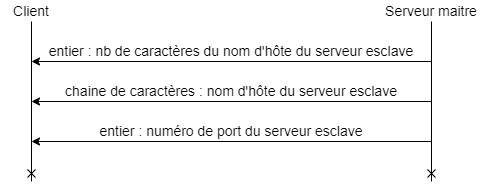
Before: protocolEtape3.drawio.png, a diagram exported from draw.io (Yalkann/ProjetFTP). Source tidied: cells renumbered, new cells last; positions are measured from the earlier drawing's top-left corner, leaving out a move shared by most shapes.
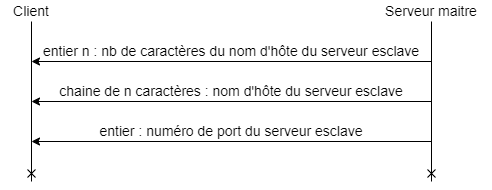
The same diagram one commit later.

What changed in the source:
```diff
@@ -26,7 +26,7 @@
         <mxPoint x="430" y="60" as="targetPoint" />
       </mxGeometry>
     </mxCell>
-    <mxCell id="7" value="entier : nb de caractères du nom d'hôte du serveur esclave" style="text;html=1;strokeColor=none;fillColor=none;align=center;verticalAlign=middle;whiteSpace=wrap;rounded=0;fontSize=14;" parent="1" vertex="1">
+    <mxCell id="7" value="entier n : nb de caractères du nom d'hôte du serveur esclave" style="text;html=1;strokeColor=none;fillColor=none;align=center;verticalAlign=middle;whiteSpace=wrap;rounded=0;fontSize=14;" parent="1" vertex="1">
       <mxGeometry x="30" y="40" width="400" height="20" as="geometry" />
     </mxCell>
     <mxCell id="8" style="endArrow=classic;html=1;rounded=0;fontSize=14;" parent="1" edge="1">
@@ -35,7 +35,7 @@
         <mxPoint x="30" y="100" as="targetPoint" />
       </mxGeometry>
     </mxCell>
-    <mxCell id="9" value="chaine de caractères : nom d'hôte du serveur esclave" style="text;html=1;strokeColor=none;fillColor=none;align=center;verticalAlign=middle;whiteSpace=wrap;rounded=0;fontSize=14;" parent="1" vertex="1">
+    <mxCell id="9" value="chaine de n caractères : nom d'hôte du serveur esclave" style="text;html=1;strokeColor=none;fillColor=none;align=center;verticalAlign=middle;whiteSpace=wrap;rounded=0;fontSize=14;" parent="1" vertex="1">
       <mxGeometry x="30" y="80" width="400" height="20" as="geometry" />
     </mxCell>
     <mxCell id="10" style="endArrow=classic;html=1;rounded=0;fontSize=14;" parent="1" edge="1">
```
